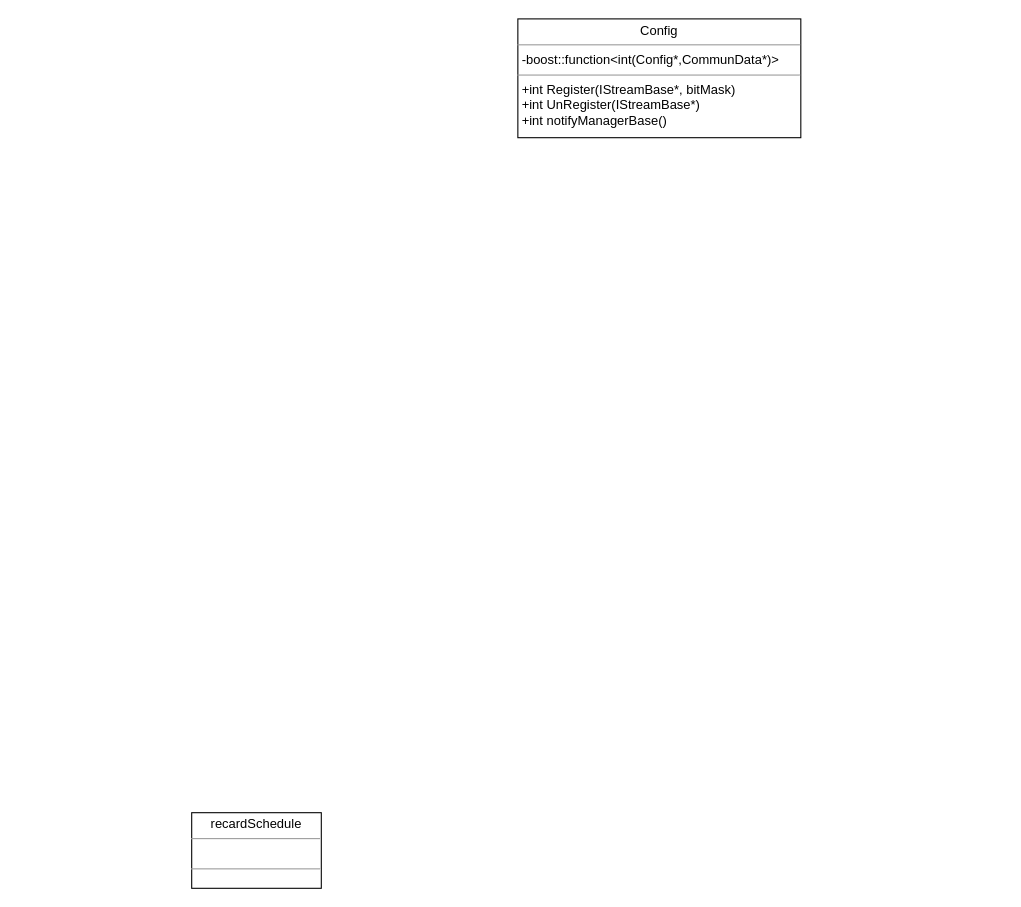
Before: 录播get.drawio in huangPeiLc/drawio, a draw.io diagram. Source tidied: cells renumbered, new cells numbered last; positions are measured from the earlier drawing's top-left corner, leaving out a move shared by most shapes. Both pictures are drawn from the tidied source at 108%, with x=0, y=0 at pixel (191, 18).
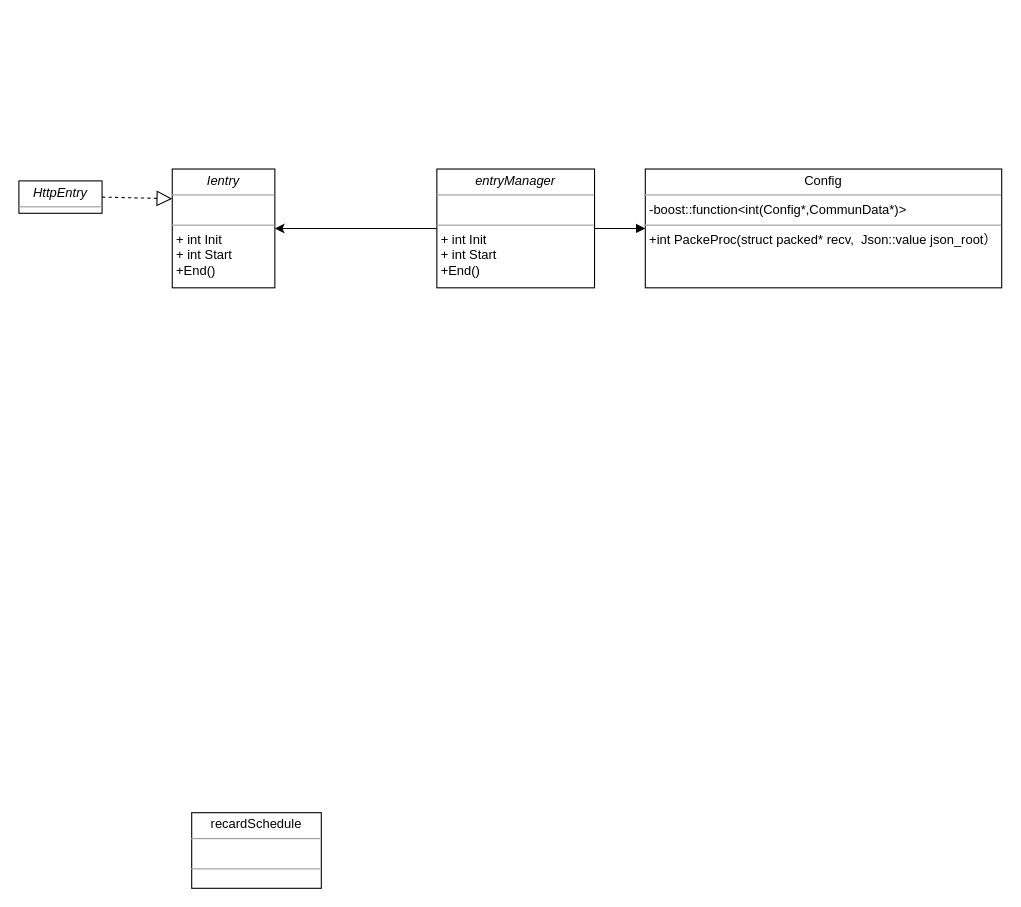
The same page after the edit.

Change to the diagram source:
```diff
@@
 <mxGraphModel background="#ffffff">
   <root>
     <mxCell id="0" />
     <mxCell id="1" parent="0" />
-    <mxCell id="2" value="&lt;p style=&quot;margin: 4px 0px 0px ; text-align: center&quot;&gt;&lt;span style=&quot;text-align: left&quot;&gt;Config&lt;/span&gt;&lt;br&gt;&lt;/p&gt;&lt;hr size=&quot;1&quot;&gt;&lt;p style=&quot;margin: 0px ; margin-left: 4px&quot;&gt;-boost::function&amp;lt;int(Config*,CommunData*)&amp;gt;&lt;/p&gt;&lt;hr size=&quot;1&quot;&gt;&lt;p style=&quot;margin: 0px ; margin-left: 4px&quot;&gt;+&lt;span&gt;int Register(I&lt;/span&gt;StreamBase&lt;span&gt;*, bitMask)&lt;/span&gt;&lt;/p&gt;&lt;p style=&quot;margin: 0px 0px 0px 4px&quot;&gt;+int UnRegister(IStreamBase*)&lt;/p&gt;&lt;p style=&quot;margin: 0px 0px 0px 4px&quot;&gt;+int notifyManagerBase()&lt;/p&gt;&lt;p style=&quot;margin: 0px ; margin-left: 4px&quot;&gt;&lt;br&gt;&lt;/p&gt;" style="verticalAlign=top;align=left;overflow=fill;fontSize=12;fontFamily=Helvetica;html=1;rounded=0;shadow=0;comic=0;labelBackgroundColor=none;strokeColor=#000000;strokeWidth=1;fillColor=#ffffff;" parent="1" vertex="1">
-      <mxGeometry x="302" width="262" height="110" as="geometry" />
+    <mxCell id="2" value="&lt;p style=&quot;margin: 4px 0px 0px ; text-align: center&quot;&gt;&lt;span style=&quot;text-align: left&quot;&gt;Config&lt;/span&gt;&lt;br&gt;&lt;/p&gt;&lt;hr size=&quot;1&quot;&gt;&lt;p style=&quot;margin: 0px ; margin-left: 4px&quot;&gt;-boost::function&amp;lt;int(Config*,CommunData*)&amp;gt;&lt;/p&gt;&lt;hr size=&quot;1&quot;&gt;&lt;p style=&quot;margin: 0px ; margin-left: 4px&quot;&gt;+int PackeProc(struct packed* recv,&amp;nbsp; Json::value json_root）&lt;/p&gt;&lt;br&gt;&lt;p style=&quot;margin: 0px ; margin-left: 4px&quot;&gt;&lt;br&gt;&lt;/p&gt;" style="verticalAlign=top;align=left;overflow=fill;fontSize=12;fontFamily=Helvetica;html=1;rounded=0;shadow=0;comic=0;labelBackgroundColor=none;strokeColor=#000000;strokeWidth=1;fillColor=#ffffff;" parent="1" vertex="1">
+      <mxGeometry x="420" y="139" width="330" height="110" as="geometry" />
     </mxCell>
     <mxCell id="3" value="&lt;p style=&quot;margin: 0px ; margin-top: 4px ; text-align: center&quot;&gt;&lt;span style=&quot;text-align: left&quot;&gt;recardSchedule&lt;/span&gt;&lt;br&gt;&lt;/p&gt;&lt;hr size=&quot;1&quot;&gt;&lt;p style=&quot;margin: 0px ; margin-left: 4px&quot;&gt;&lt;br&gt;&lt;/p&gt;&lt;hr size=&quot;1&quot;&gt;&lt;p style=&quot;margin: 0px ; margin-left: 4px&quot;&gt;&lt;br&gt;&lt;/p&gt;&lt;p style=&quot;margin: 0px 0px 0px 4px&quot;&gt;&lt;br&gt;&lt;/p&gt;" style="verticalAlign=top;align=left;overflow=fill;fontSize=12;fontFamily=Helvetica;html=1;rounded=0;shadow=0;comic=0;labelBackgroundColor=none;strokeColor=#000000;strokeWidth=1;fillColor=#ffffff;" parent="1" vertex="1">
       <mxGeometry y="735" width="120" height="70" as="geometry" />
     </mxCell>
+    <mxCell id="4" value="&lt;p style=&quot;margin: 0px ; margin-top: 4px ; text-align: center&quot;&gt;&lt;i&gt;Ientry&lt;/i&gt;&lt;/p&gt;&lt;hr size=&quot;1&quot;&gt;&lt;p style=&quot;margin: 0px ; margin-left: 4px&quot;&gt;&lt;br&gt;&lt;/p&gt;&lt;hr size=&quot;1&quot;&gt;&lt;p style=&quot;margin: 0px ; margin-left: 4px&quot;&gt;+ int Init&lt;br&gt;+ int Start&lt;/p&gt;&lt;p style=&quot;margin: 0px ; margin-left: 4px&quot;&gt;+End()&lt;/p&gt;" style="verticalAlign=top;align=left;overflow=fill;fontSize=12;fontFamily=Helvetica;html=1;rounded=0;shadow=0;comic=0;labelBackgroundColor=none;strokeColor=#000000;strokeWidth=1;fillColor=#ffffff;" parent="1" vertex="1">
+      <mxGeometry x="-18" y="139" width="95" height="110" as="geometry" />
+    </mxCell>
+    <mxCell id="5" value="&lt;p style=&quot;margin: 0px ; margin-top: 4px ; text-align: center&quot;&gt;&lt;i&gt;HttpEntry&lt;/i&gt;&lt;/p&gt;&lt;hr size=&quot;1&quot;&gt;&lt;p style=&quot;margin: 0px ; margin-left: 4px&quot;&gt;&lt;br&gt;&lt;/p&gt;&lt;hr size=&quot;1&quot;&gt;&lt;p style=&quot;margin: 0px ; margin-left: 4px&quot;&gt;&lt;br&gt;&lt;/p&gt;" style="verticalAlign=top;align=left;overflow=fill;fontSize=12;fontFamily=Helvetica;html=1;rounded=0;shadow=0;comic=0;labelBackgroundColor=none;strokeColor=#000000;strokeWidth=1;fillColor=#ffffff;" parent="1" vertex="1">
+      <mxGeometry x="-160" y="150" width="77" height="30" as="geometry" />
+    </mxCell>
+    <mxCell id="6" style="endArrow=block;dashed=1;endFill=0;endSize=12;html=1;entryX=0;entryY=0.25;entryDx=0;entryDy=0;exitX=1;exitY=0.5;exitDx=0;exitDy=0;" parent="1" edge="1" source="5" target="4">
+      <mxGeometry relative="1" as="geometry" />
+    </mxCell>
+    <mxCell id="7" style="html=1;verticalAlign=bottom;endArrow=block;entryX=0;entryY=0.5;entryDx=0;entryDy=0;exitX=1;exitY=0.5;exitDx=0;exitDy=0;" parent="1" edge="1" source="9" target="2">
+      <mxGeometry relative="1" as="geometry" />
+    </mxCell>
+    <mxCell id="8" style="edgeStyle=orthogonalEdgeStyle;rounded=0;jettySize=auto;html=1;exitX=0;exitY=0.5;exitDx=0;exitDy=0;entryX=1;entryY=0.5;entryDx=0;entryDy=0;" parent="1" edge="1" source="9" target="4">
+      <mxGeometry relative="1" as="geometry" />
+    </mxCell>
+    <mxCell id="9" value="&lt;p style=&quot;margin: 0px ; margin-top: 4px ; text-align: center&quot;&gt;&lt;i&gt;entryManager&lt;/i&gt;&lt;/p&gt;&lt;hr size=&quot;1&quot;&gt;&lt;p style=&quot;margin: 0px ; margin-left: 4px&quot;&gt;&lt;br&gt;&lt;/p&gt;&lt;hr size=&quot;1&quot;&gt;&lt;p style=&quot;margin: 0px ; margin-left: 4px&quot;&gt;+ int Init&lt;br&gt;+ int Start&lt;/p&gt;&lt;p style=&quot;margin: 0px ; margin-left: 4px&quot;&gt;+End()&lt;/p&gt;" style="verticalAlign=top;align=left;overflow=fill;fontSize=12;fontFamily=Helvetica;html=1;rounded=0;shadow=0;comic=0;labelBackgroundColor=none;strokeColor=#000000;strokeWidth=1;fillColor=#ffffff;" parent="1" vertex="1">
+      <mxGeometry x="227" y="139" width="146" height="110" as="geometry" />
+    </mxCell>
   </root>
 </mxGraphModel>
```
